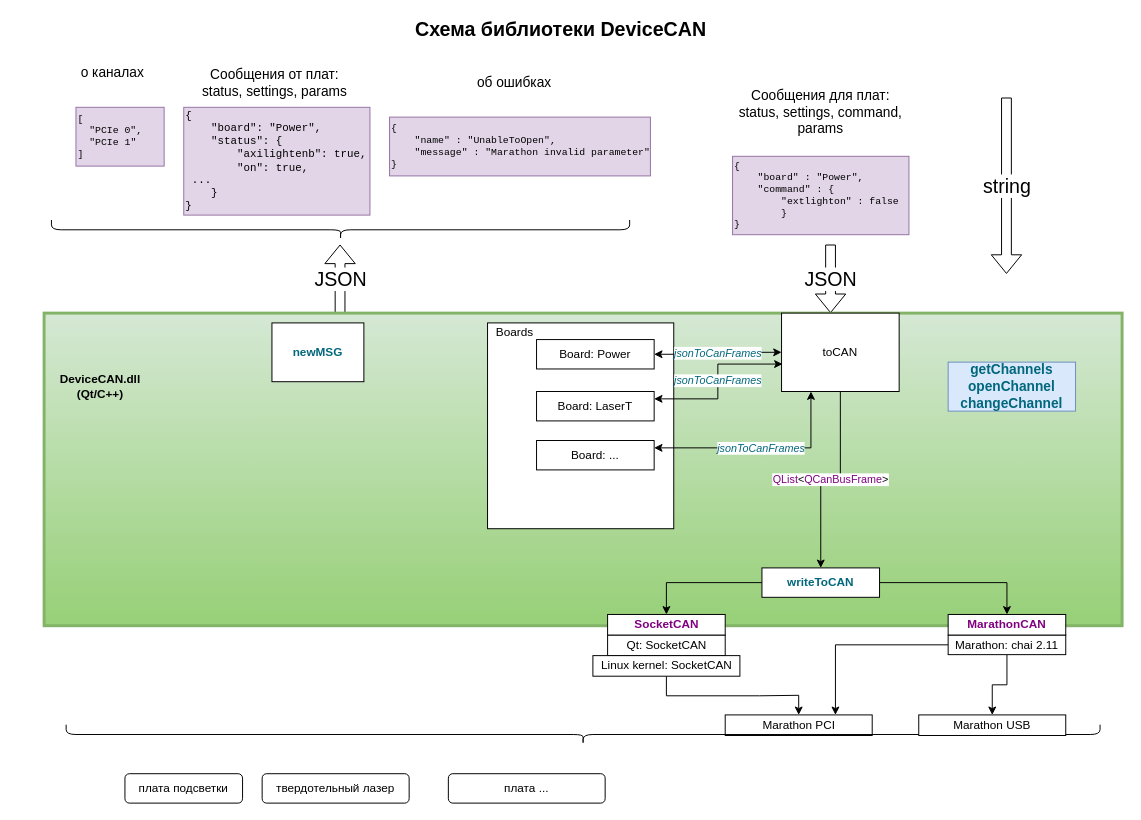
The draw.io diagram LaserSTUDIO2_DeviceCAN.drawio in ponBulat/dia, before the edit. Source tidied: cells renumbered, new cells numbered last; positions are measured from the earlier drawing's top-left corner, leaving out a move shared by most shapes. Both pictures are drawn from the tidied source at 98%, with x=0, y=0 at pixel (44, -60).
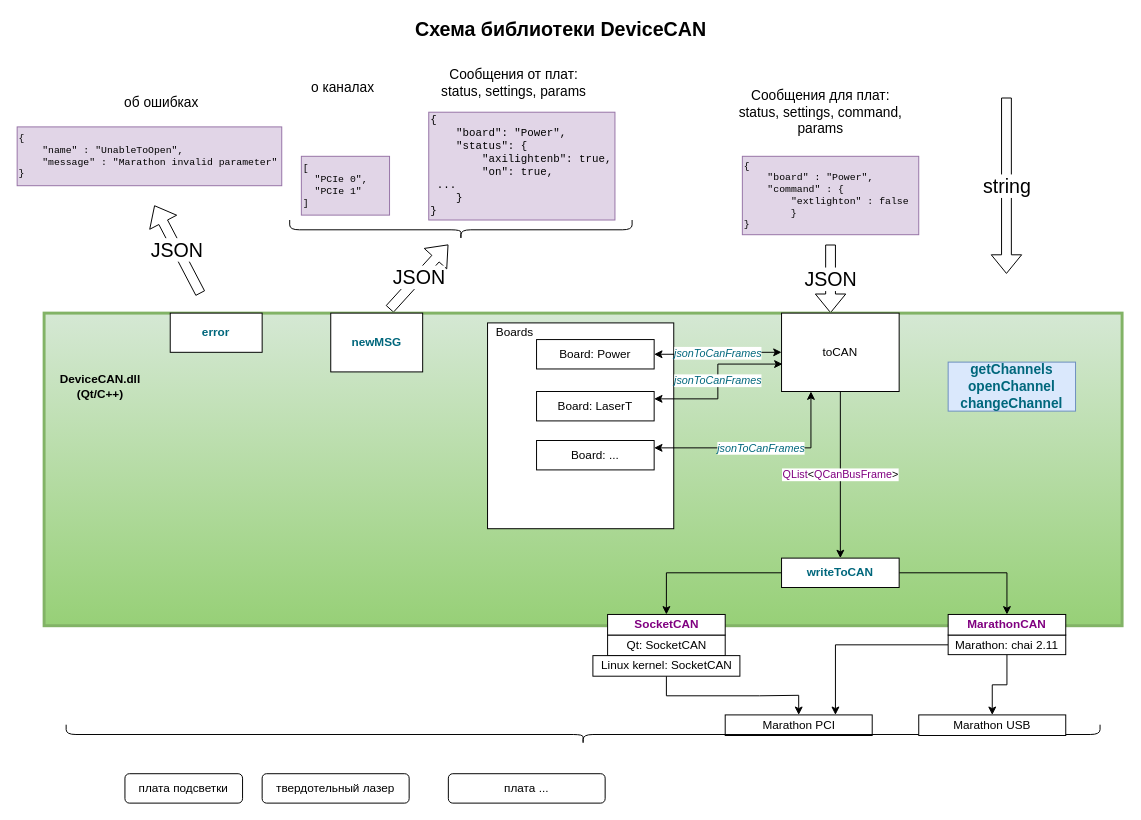
After the change.

What changed in the source:
```diff
@@
     <mxCell id="3" value="JSON" style="shape=flexArrow;endArrow=classic;html=1;fontSize=20;" parent="1" edge="1">
       <mxGeometry relative="1" as="geometry">
-        <mxPoint x="301.5" y="380" as="sourcePoint" />
-        <mxPoint x="301.5" y="310" as="targetPoint" />
+        <mxPoint x="352" y="376" as="sourcePoint" />
+        <mxPoint x="412" y="310" as="targetPoint" />
       </mxGeometry>
     </mxCell>
     <mxCell id="4" value="&lt;div style=&quot;font-size: 10px&quot; align=&quot;left&quot;&gt;&lt;pre&gt;&lt;font style=&quot;font-size: 10px&quot;&gt;[&lt;br&gt;&lt;/font&gt;&lt;font style=&quot;font-size: 10px&quot;&gt;&lt;span class=&quot;pl-s&quot;&gt;&lt;span class=&quot;pl-pds&quot;&gt;  &quot;&lt;/span&gt;PCIe 0&lt;span class=&quot;pl-pds&quot;&gt;&quot;&lt;/span&gt;&lt;/span&gt;,&lt;/font&gt;&lt;font style=&quot;font-size: 10px&quot;&gt;&lt;br&gt;&lt;font style=&quot;font-size: 10px&quot;&gt;  &lt;span class=&quot;pl-s&quot;&gt;&lt;span class=&quot;pl-pds&quot;&gt;&quot;&lt;/span&gt;PCIe 1&lt;span class=&quot;pl-pds&quot;&gt;&quot;&lt;/span&gt;&lt;/span&gt;&lt;br&gt;]&lt;/font&gt;&lt;/font&gt;&lt;/pre&gt;&lt;/div&gt;" style="text;html=1;strokeColor=#9673a6;fillColor=#e1d5e7;align=left;verticalAlign=middle;whiteSpace=wrap;rounded=0;fontSize=20;" parent="1" vertex="1">
-      <mxGeometry x="32" y="170" width="90" height="60" as="geometry" />
+      <mxGeometry x="262" y="220" width="90" height="60" as="geometry" />
     </mxCell>
     <mxCell id="5" style="shape=curlyBracket;whiteSpace=wrap;html=1;rounded=1;flipH=1;fontSize=20;rotation=90;" parent="1" vertex="1">
-      <mxGeometry x="292" width="20" height="590" as="geometry" />
+      <mxGeometry x="414.8" y="120.3" width="20" height="349.4" as="geometry" />
     </mxCell>
     <mxCell id="6" value="&lt;font style=&quot;font-size: 14px&quot;&gt;о каналах&lt;/font&gt;" style="text;html=1;strokeColor=none;fillColor=none;align=center;verticalAlign=middle;whiteSpace=wrap;rounded=0;fontSize=14;" parent="1" vertex="1">
-      <mxGeometry x="22" y="110" width="95" height="50" as="geometry" />
+      <mxGeometry x="257" y="125" width="95" height="50" as="geometry" />
     </mxCell>
     <mxCell id="7" value="&lt;pre style=&quot;font-size: 11px&quot;&gt;&lt;font style=&quot;font-size: 11px&quot;&gt;{&lt;br&gt;    &lt;span class=&quot;pl-s&quot;&gt;&lt;span class=&quot;pl-pds&quot;&gt;&quot;&lt;/span&gt;board&lt;span class=&quot;pl-pds&quot;&gt;&quot;&lt;/span&gt;&lt;/span&gt;: &lt;span class=&quot;pl-s&quot;&gt;&lt;span class=&quot;pl-pds&quot;&gt;&quot;&lt;/span&gt;Power&lt;span class=&quot;pl-pds&quot;&gt;&quot;&lt;/span&gt;&lt;/span&gt;,&lt;br&gt;    &lt;span class=&quot;pl-s&quot;&gt;&lt;span class=&quot;pl-pds&quot;&gt;&quot;&lt;/span&gt;status&lt;span class=&quot;pl-pds&quot;&gt;&quot;&lt;/span&gt;&lt;/span&gt;: {&lt;br&gt;        &lt;span class=&quot;pl-s&quot;&gt;&lt;span class=&quot;pl-pds&quot;&gt;&quot;&lt;/span&gt;axilightenb&lt;span class=&quot;pl-pds&quot;&gt;&quot;&lt;/span&gt;&lt;/span&gt;: &lt;span class=&quot;pl-c1&quot;&gt;true&lt;/span&gt;,&lt;br&gt;        &lt;span class=&quot;pl-s&quot;&gt;&lt;span class=&quot;pl-pds&quot;&gt;&quot;&lt;/span&gt;on&lt;span class=&quot;pl-pds&quot;&gt;&quot;&lt;/span&gt;&lt;/span&gt;: &lt;span class=&quot;pl-c1&quot;&gt;true&lt;/span&gt;,&lt;br&gt;&lt;span class=&quot;pl-c1&quot;&gt;&lt;/span&gt;&lt;span style=&quot;white-space: pre&quot;&gt; &lt;/span&gt;...&lt;br&gt;    }&lt;br&gt;}&lt;/font&gt;&lt;/pre&gt;" style="text;html=1;strokeColor=#9673a6;fillColor=#e1d5e7;align=left;verticalAlign=middle;whiteSpace=wrap;rounded=0;fontSize=20;" parent="1" vertex="1">
-      <mxGeometry x="142" y="170" width="190" height="110" as="geometry" />
+      <mxGeometry x="392" y="175" width="190" height="110" as="geometry" />
     </mxCell>
     <mxCell id="8" value="Сообщения от плат:&lt;br&gt;status, settings, params" style="text;html=1;strokeColor=none;fillColor=none;align=center;verticalAlign=middle;whiteSpace=wrap;rounded=0;fontSize=14;" parent="1" vertex="1">
-      <mxGeometry x="142" y="120" width="186.2" height="50" as="geometry" />
+      <mxGeometry x="385.8" y="120" width="186.2" height="50" as="geometry" />
     </mxCell>
     <mxCell id="9" value="&lt;div style=&quot;font-size: 10px&quot; align=&quot;left&quot;&gt;&lt;pre&gt;&lt;font style=&quot;font-size: 10px&quot;&gt;{&lt;br&gt;    &lt;span class=&quot;pl-s&quot;&gt;&lt;span class=&quot;pl-pds&quot;&gt;&quot;&lt;/span&gt;name&lt;span class=&quot;pl-pds&quot;&gt;&quot;&lt;/span&gt;&lt;/span&gt; : &lt;span class=&quot;pl-s&quot;&gt;&lt;span class=&quot;pl-pds&quot;&gt;&quot;&lt;/span&gt;UnableToOpen&lt;span class=&quot;pl-pds&quot;&gt;&quot;&lt;/span&gt;&lt;/span&gt;,&lt;br&gt;    &lt;span class=&quot;pl-s&quot;&gt;&lt;span class=&quot;pl-pds&quot;&gt;&quot;&lt;/span&gt;message&lt;span class=&quot;pl-pds&quot;&gt;&quot;&lt;/span&gt;&lt;/span&gt; : &lt;span class=&quot;pl-s&quot;&gt;&lt;span class=&quot;pl-pds&quot;&gt;&quot;&lt;/span&gt;Marathon invalid parameter&lt;span class=&quot;pl-pds&quot;&gt;&quot;&lt;/span&gt;&lt;/span&gt;    &lt;br&gt;}&lt;/font&gt;&lt;/pre&gt;&lt;/div&gt;" style="text;html=1;strokeColor=#9673a6;fillColor=#e1d5e7;align=left;verticalAlign=middle;whiteSpace=wrap;rounded=0;fontSize=20;" parent="1" vertex="1">
-      <mxGeometry x="352" y="180" width="266.2" height="60" as="geometry" />
+      <mxGeometry x="-28" y="190" width="270" height="60" as="geometry" />
     </mxCell>
     <mxCell id="10" value="об ошибках" style="text;html=1;strokeColor=none;fillColor=none;align=center;verticalAlign=middle;whiteSpace=wrap;rounded=0;fontSize=14;" parent="1" vertex="1">
-      <mxGeometry x="432" y="120" width="95" height="50" as="geometry" />
+      <mxGeometry x="72" y="140" width="95" height="50" as="geometry" />
     </mxCell>
@@
     <mxCell id="12" value="&lt;pre style=&quot;font-size: 10px&quot;&gt;&lt;font style=&quot;font-size: 10px&quot;&gt;{&lt;br&gt;    &lt;span class=&quot;pl-s&quot;&gt;&lt;span class=&quot;pl-pds&quot;&gt;&quot;&lt;/span&gt;board&lt;span class=&quot;pl-pds&quot;&gt;&quot;&lt;/span&gt;&lt;/span&gt; : &lt;span class=&quot;pl-s&quot;&gt;&lt;span class=&quot;pl-pds&quot;&gt;&quot;&lt;/span&gt;Power&lt;span class=&quot;pl-pds&quot;&gt;&quot;&lt;/span&gt;&lt;/span&gt;,&lt;br&gt;    &lt;span class=&quot;pl-s&quot;&gt;&lt;span class=&quot;pl-pds&quot;&gt;&quot;&lt;/span&gt;command&lt;span class=&quot;pl-pds&quot;&gt;&quot;&lt;/span&gt;&lt;/span&gt; : {&lt;br&gt;        &lt;span class=&quot;pl-s&quot;&gt;&lt;span class=&quot;pl-pds&quot;&gt;&quot;&lt;/span&gt;extlighton&lt;span class=&quot;pl-pds&quot;&gt;&quot;&lt;/span&gt;&lt;/span&gt; : &lt;span class=&quot;pl-c1&quot;&gt;false&lt;/span&gt;&lt;br&gt;        }&lt;br&gt;}&lt;/font&gt;&lt;/pre&gt;" style="text;html=1;strokeColor=#9673a6;fillColor=#e1d5e7;align=left;verticalAlign=middle;whiteSpace=wrap;rounded=0;fontSize=20;" parent="1" vertex="1">
-      <mxGeometry x="702" y="220" width="180" height="80" as="geometry" />
+      <mxGeometry x="712" y="220" width="180" height="80" as="geometry" />
     </mxCell>
@@
     <mxCell id="36" value="&lt;span style=&quot;font-weight: 600 ; color: #00677c&quot;&gt;writeToCAN&lt;/span&gt;" style="rounded=0;whiteSpace=wrap;html=1;" parent="1" vertex="1">
-      <mxGeometry x="732" y="640" width="120" height="30" as="geometry" />
+      <mxGeometry x="752" y="630" width="120" height="30" as="geometry" />
     </mxCell>
     <mxCell id="37" value="&lt;span style=&quot;font-weight: 600 ; color: #00677c&quot;&gt;newMSG&lt;/span&gt;" style="rounded=0;whiteSpace=wrap;html=1;" parent="1" vertex="1">
-      <mxGeometry x="232" y="390" width="93.8" height="60" as="geometry" />
+      <mxGeometry x="292" y="380" width="93.8" height="60" as="geometry" />
     </mxCell>
@@
+    <mxCell id="46" value="JSON" style="shape=flexArrow;endArrow=classic;html=1;fontSize=20;" parent="1" edge="1">
+      <mxGeometry relative="1" as="geometry">
+        <mxPoint x="159" y="360" as="sourcePoint" />
+        <mxPoint x="112" y="270" as="targetPoint" />
+      </mxGeometry>
+    </mxCell>
+    <mxCell id="47" value="&lt;span style=&quot;font-weight: 600 ; color: #00677c&quot;&gt;error&lt;/span&gt;" style="rounded=0;whiteSpace=wrap;html=1;" parent="1" vertex="1">
+      <mxGeometry x="128.2" y="380" width="93.8" height="40" as="geometry" />
+    </mxCell>
```
